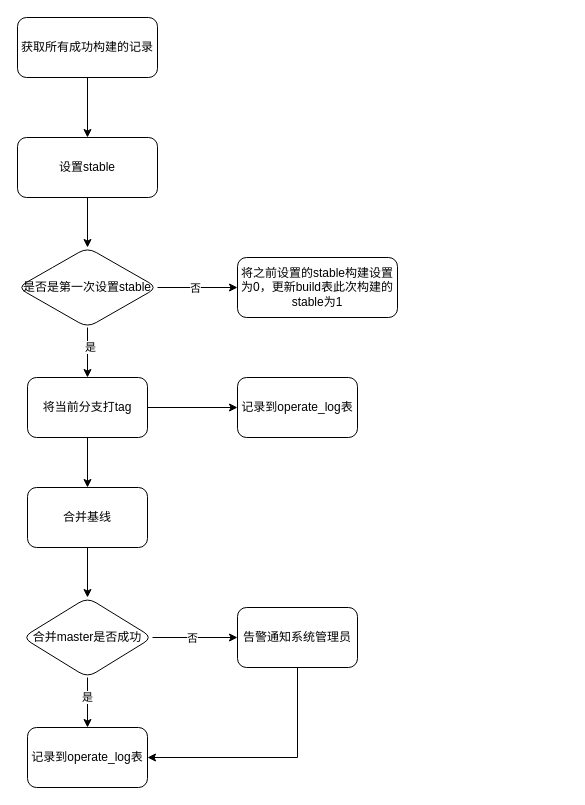
Earlier version of the draw.io diagram 设置stable.drawio (wupei-w/diagrams). Source tidied: cells renumbered, new cells numbered last; positions are measured from the earlier drawing's top-left corner, leaving out a move shared by most shapes. Both pictures are drawn from the tidied source at 100%, with x=0, y=0 at pixel (17, 17).
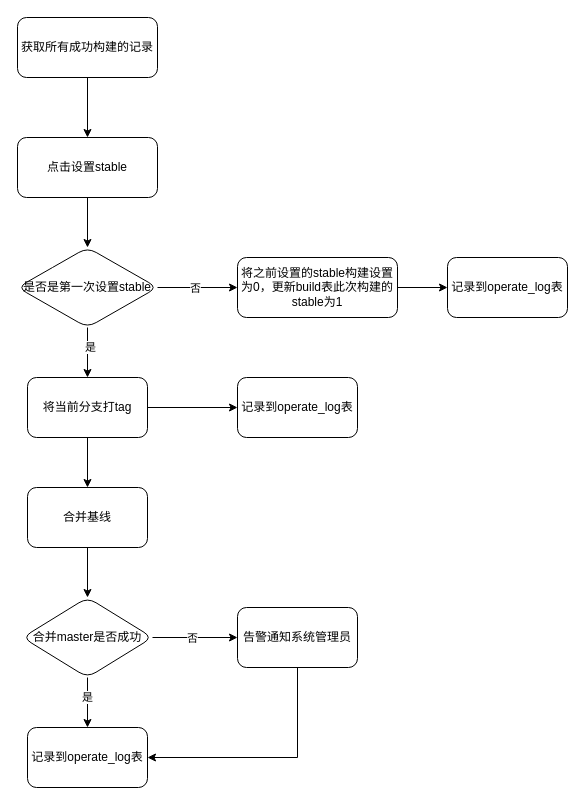
The same page after the edit.

The change refers to these unchanged cells:
```xml
<mxCell id="13" value="将之前设置的stable构建设置为0，更新build表此次构建的stable为1" style="whiteSpace=wrap;html=1;rounded=1;" parent="1" vertex="1">
  <mxGeometry x="220" y="240" width="160" height="60" as="geometry" />
</mxCell>
```

Change to the diagram source:
```diff
@@
-    <mxCell id="5" value="设置stable" style="whiteSpace=wrap;html=1;rounded=1;" parent="1" vertex="1">
+    <mxCell id="5" value="点击设置stable" style="whiteSpace=wrap;html=1;rounded=1;" parent="1" vertex="1">
       <mxGeometry y="120" width="140" height="60" as="geometry" />
     </mxCell>
@@
+    <mxCell id="26" style="edgeStyle=orthogonalEdgeStyle;rounded=0;jettySize=auto;html=1;" parent="1" edge="1" source="13" target="27">
+      <mxGeometry relative="1" as="geometry" />
+    </mxCell>
@@
+    <mxCell id="27" value="记录到operate_log表" style="whiteSpace=wrap;html=1;rounded=1;" parent="1" vertex="1">
+      <mxGeometry x="430" y="240" width="120" height="60" as="geometry" />
+    </mxCell>
```
